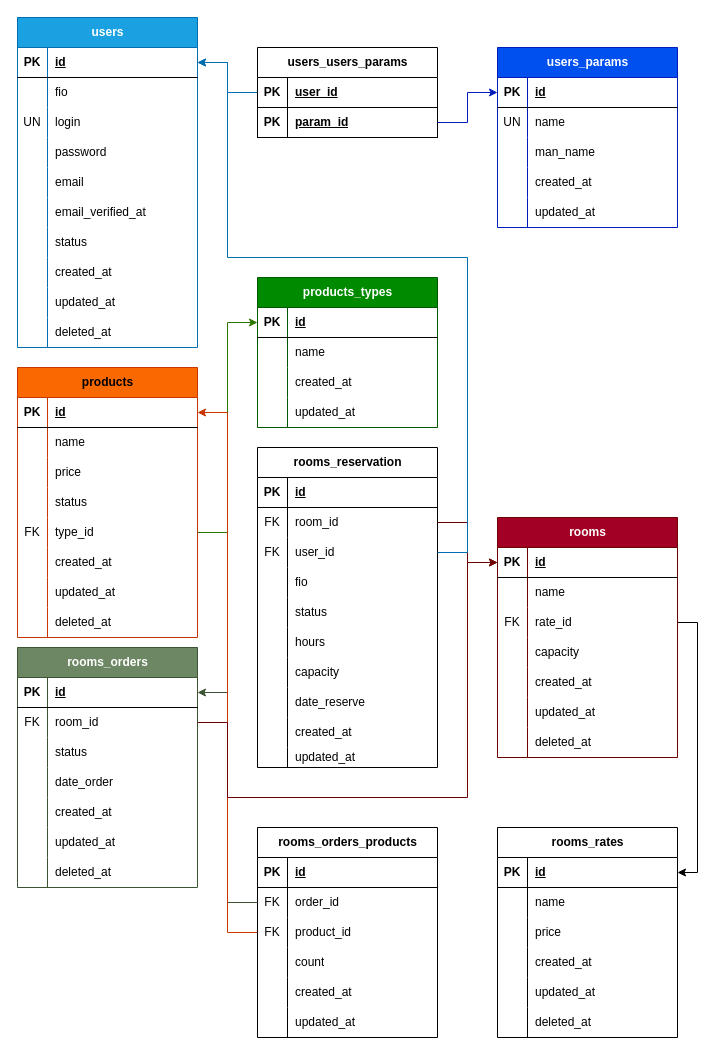
The draw.io diagram public/documents/time_cafe.drawio in MrCrross/timecafe, before the edit. Source tidied: cells renumbered, new cells numbered last; positions are measured from the earlier drawing's top-left corner, leaving out a move shared by most shapes. Both pictures are drawn from the tidied source at 100%, with x=0, y=0 at pixel (17, 17).
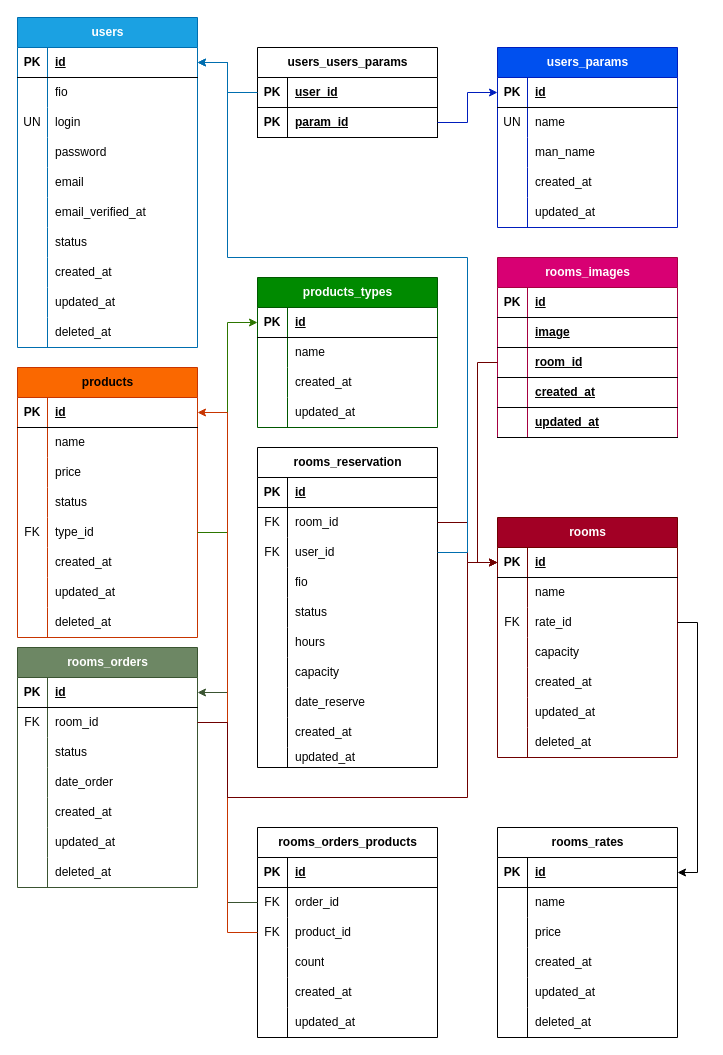
The same diagram, later.

Unchanged cells that the change refers to:
```xml
<mxCell id="148" style="shape=tableRow;horizontal=0;startSize=0;swimlaneHead=0;swimlaneBody=0;fillColor=none;points=[[0,0.5],[1,0.5]];portConstraint=eastwest;top=0;left=0;right=0;bottom=1;" parent="147" vertex="1">
  <mxGeometry y="30" width="180" height="30" as="geometry" />
</mxCell>
```

Change to the diagram source:
```diff
@@
+    <mxCell id="216" value="rooms_images" style="shape=table;startSize=30;childLayout=tableLayout;rowLines=0;fontStyle=1;align=center;html=1;fillColor=#d80073;fontColor=#ffffff;strokeColor=#A50040;" parent="1" vertex="1">
+      <mxGeometry x="480" y="240" width="180" height="180" as="geometry" />
+    </mxCell>
+    <mxCell id="217" style="shape=tableRow;horizontal=0;startSize=0;swimlaneHead=0;swimlaneBody=0;fillColor=none;top=0;left=0;right=0;bottom=1;" parent="216" vertex="1">
+      <mxGeometry y="30" width="180" height="30" as="geometry" />
+    </mxCell>
+    <mxCell id="218" value="PK" style="shape=partialRectangle;fillColor=none;top=0;left=0;bottom=0;right=0;fontStyle=1;overflow=hidden;whiteSpace=wrap;html=1;" parent="217" vertex="1">
+      <mxGeometry width="30" height="30" as="geometry" />
+    </mxCell>
+    <mxCell id="219" value="id" style="shape=partialRectangle;fillColor=none;top=0;left=0;bottom=0;right=0;align=left;spacingLeft=6;fontStyle=5;overflow=hidden;whiteSpace=wrap;html=1;" parent="217" vertex="1">
+      <mxGeometry x="30" width="150" height="30" as="geometry" />
+    </mxCell>
+    <mxCell id="220" style="shape=tableRow;horizontal=0;startSize=0;swimlaneHead=0;swimlaneBody=0;fillColor=none;top=0;left=0;right=0;bottom=1;" parent="216" vertex="1">
+      <mxGeometry y="60" width="180" height="30" as="geometry" />
+    </mxCell>
+    <mxCell id="221" style="shape=partialRectangle;fillColor=none;top=0;left=0;bottom=0;right=0;fontStyle=1;overflow=hidden;whiteSpace=wrap;html=1;" parent="220" vertex="1">
+      <mxGeometry width="30" height="30" as="geometry" />
+    </mxCell>
+    <mxCell id="222" value="image" style="shape=partialRectangle;fillColor=none;top=0;left=0;bottom=0;right=0;align=left;spacingLeft=6;fontStyle=5;overflow=hidden;whiteSpace=wrap;html=1;" parent="220" vertex="1">
+      <mxGeometry x="30" width="150" height="30" as="geometry" />
+    </mxCell>
+    <mxCell id="223" style="shape=tableRow;horizontal=0;startSize=0;swimlaneHead=0;swimlaneBody=0;fillColor=none;points=[[0,0.5],[1,0.5]];portConstraint=eastwest;top=0;left=0;right=0;bottom=1;" parent="216" vertex="1">
+      <mxGeometry y="90" width="180" height="30" as="geometry" />
+    </mxCell>
+    <mxCell id="224" style="shape=partialRectangle;fillColor=none;top=0;left=0;bottom=0;right=0;fontStyle=1;overflow=hidden;whiteSpace=wrap;html=1;" parent="223" vertex="1">
+      <mxGeometry width="30" height="30" as="geometry" />
+    </mxCell>
+    <mxCell id="225" value="room_id" style="shape=partialRectangle;fillColor=none;top=0;left=0;bottom=0;right=0;align=left;spacingLeft=6;fontStyle=5;overflow=hidden;whiteSpace=wrap;html=1;" parent="223" vertex="1">
+      <mxGeometry x="30" width="150" height="30" as="geometry" />
+    </mxCell>
+    <mxCell id="226" style="shape=tableRow;horizontal=0;startSize=0;swimlaneHead=0;swimlaneBody=0;fillColor=none;top=0;left=0;right=0;bottom=1;" parent="216" vertex="1">
+      <mxGeometry y="120" width="180" height="30" as="geometry" />
+    </mxCell>
+    <mxCell id="227" style="shape=partialRectangle;fillColor=none;top=0;left=0;bottom=0;right=0;fontStyle=1;overflow=hidden;whiteSpace=wrap;html=1;" parent="226" vertex="1">
+      <mxGeometry width="30" height="30" as="geometry" />
+    </mxCell>
+    <mxCell id="228" value="created_at" style="shape=partialRectangle;fillColor=none;top=0;left=0;bottom=0;right=0;align=left;spacingLeft=6;fontStyle=5;overflow=hidden;whiteSpace=wrap;html=1;" parent="226" vertex="1">
+      <mxGeometry x="30" width="150" height="30" as="geometry" />
+    </mxCell>
+    <mxCell id="229" style="shape=tableRow;horizontal=0;startSize=0;swimlaneHead=0;swimlaneBody=0;fillColor=none;top=0;left=0;right=0;bottom=1;" parent="216" vertex="1">
+      <mxGeometry y="150" width="180" height="30" as="geometry" />
+    </mxCell>
+    <mxCell id="230" style="shape=partialRectangle;fillColor=none;top=0;left=0;bottom=0;right=0;fontStyle=1;overflow=hidden;whiteSpace=wrap;html=1;" parent="229" vertex="1">
+      <mxGeometry width="30" height="30" as="geometry" />
+    </mxCell>
+    <mxCell id="231" value="updated_at" style="shape=partialRectangle;fillColor=none;top=0;left=0;bottom=0;right=0;align=left;spacingLeft=6;fontStyle=5;overflow=hidden;whiteSpace=wrap;html=1;" parent="229" vertex="1">
+      <mxGeometry x="30" width="150" height="30" as="geometry" />
+    </mxCell>
+    <mxCell id="232" style="edgeStyle=orthogonalEdgeStyle;rounded=0;jettySize=auto;html=1;entryX=0;entryY=0.5;entryDx=0;entryDy=0;fillColor=#a20025;strokeColor=#6F0000;" parent="1" edge="1" source="223" target="148">
+      <mxGeometry relative="1" as="geometry" />
+    </mxCell>
```
